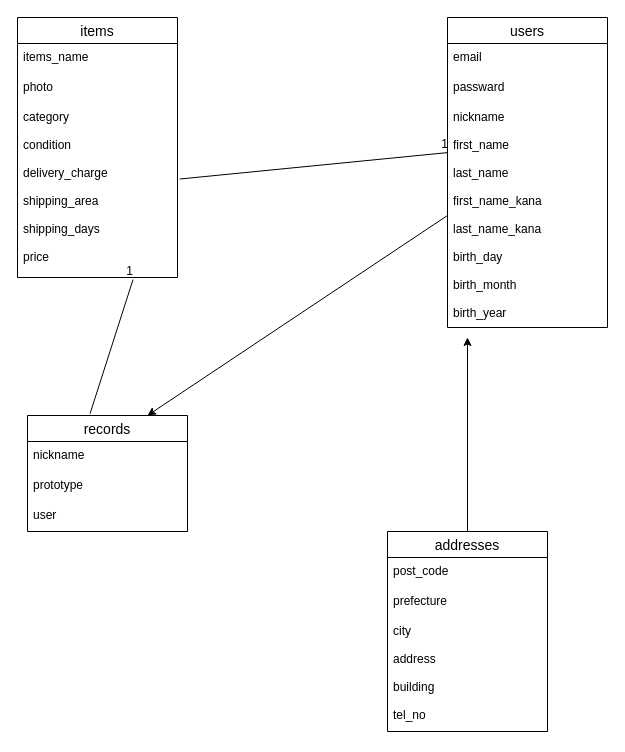
Above: REDME.dio in yasuhiro77/DB-- (draw.io), before the change. Source tidied: cells renumbered, new cells numbered last; positions are measured from the earlier drawing's top-left corner, leaving out a move shared by most shapes. Both pictures are drawn from the tidied source at 100%, with x=0, y=0 at pixel (17, 17).
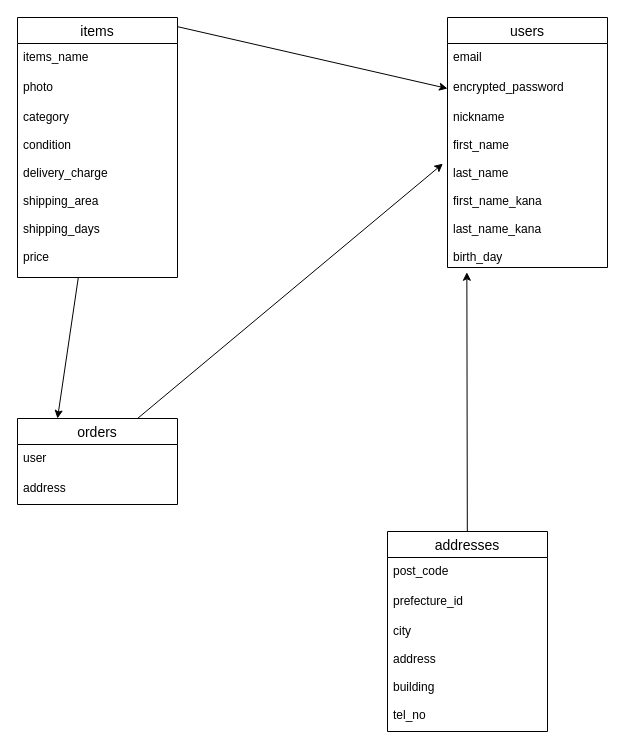
The same page after the edit.

Unchanged cells that the change refers to:
```xml
<mxCell id="6" value="items" style="swimlane;fontStyle=0;horizontal=1;startSize=26;align=center;fontSize=14;" parent="1" vertex="1">
  <mxGeometry width="160" height="260" as="geometry" />
</mxCell>
<mxCell id="9" value="category&#10;&#10;condition&#10;&#10;delivery_charge&#10;&#10;shipping_area&#10;&#10;shipping_days&#10;&#10;price&#10;&#10;" style="text;strokeColor=none;fillColor=none;spacingLeft=4;spacingRight=4;overflow=hidden;points=[[0,0.5],[1,0.5]];portConstraint=eastwest;fontSize=12;" parent="6" vertex="1">
  <mxGeometry y="86" width="160" height="174" as="geometry" />
</mxCell>
<mxCell id="10" value="addresses" style="swimlane;fontStyle=0;horizontal=1;startSize=26;align=center;fontSize=14;" parent="1" vertex="1">
  <mxGeometry x="370" y="514" width="160" height="200" as="geometry" />
</mxCell>
```

The edit, as a diff of the source:
```diff
@@
     <mxCell id="2" value="users" style="swimlane;fontStyle=0;horizontal=1;startSize=26;align=center;fontSize=14;" parent="1" vertex="1">
-      <mxGeometry x="430" width="160" height="310" as="geometry" />
+      <mxGeometry x="430" width="160" height="250" as="geometry" />
     </mxCell>
@@
-    <mxCell id="4" value="passward" style="text;strokeColor=none;fillColor=none;spacingLeft=4;spacingRight=4;overflow=hidden;points=[[0,0.5],[1,0.5]];portConstraint=eastwest;fontSize=12;" parent="2" vertex="1">
+    <mxCell id="4" value="encrypted_password" style="text;strokeColor=none;fillColor=none;spacingLeft=4;spacingRight=4;overflow=hidden;points=[[0,0.5],[1,0.5]];portConstraint=eastwest;fontSize=12;" parent="2" vertex="1">
       <mxGeometry y="56" width="160" height="30" as="geometry" />
     </mxCell>
-    <mxCell id="5" value="nickname&#10;&#10;first_name&#10;&#10;last_name&#10;&#10;first_name_kana&#10;&#10;last_name_kana&#10;&#10;birth_day&#10;&#10;birth_month&#10;&#10;birth_year&#10;&#10;" style="text;strokeColor=none;fillColor=none;spacingLeft=4;spacingRight=4;overflow=hidden;points=[[0,0.5],[1,0.5]];portConstraint=eastwest;fontSize=12;" parent="2" vertex="1">
-      <mxGeometry y="86" width="160" height="224" as="geometry" />
+    <mxCell id="5" value="nickname&#10;&#10;first_name&#10;&#10;last_name&#10;&#10;first_name_kana&#10;&#10;last_name_kana&#10;&#10;birth_day" style="text;strokeColor=none;fillColor=none;spacingLeft=4;spacingRight=4;overflow=hidden;points=[[0,0.5],[1,0.5]];portConstraint=eastwest;fontSize=12;" parent="2" vertex="1">
+      <mxGeometry y="86" width="160" height="164" as="geometry" />
     </mxCell>
+    <mxCell id="24" style="edgeStyle=none;html=1;exitX=0.75;exitY=0;exitDx=0;exitDy=0;entryX=0;entryY=0.5;entryDx=0;entryDy=0;" parent="1" edge="1" source="6" target="4">
+      <mxGeometry relative="1" as="geometry" />
+    </mxCell>
+    <mxCell id="25" style="edgeStyle=none;html=1;entryX=0.25;entryY=0;entryDx=0;entryDy=0;" parent="1" edge="1" source="6" target="14">
+      <mxGeometry relative="1" as="geometry" />
+    </mxCell>
@@
-    <mxCell id="12" value="prefecture&#10;" style="text;strokeColor=none;fillColor=none;spacingLeft=4;spacingRight=4;overflow=hidden;fontSize=12;" parent="10" vertex="1">
+    <mxCell id="12" value="prefecture_id&#10;" style="text;strokeColor=none;fillColor=none;spacingLeft=4;spacingRight=4;overflow=hidden;fontSize=12;" parent="10" vertex="1">
       <mxGeometry y="56" width="160" height="30" as="geometry" />
     </mxCell>
@@
+    <mxCell id="26" style="edgeStyle=none;html=1;exitX=0.75;exitY=0;exitDx=0;exitDy=0;entryX=-0.029;entryY=0.367;entryDx=0;entryDy=0;entryPerimeter=0;" parent="1" edge="1" source="14" target="5">
+      <mxGeometry relative="1" as="geometry" />
+    </mxCell>
-    <mxCell id="14" value="records" style="swimlane;fontStyle=0;horizontal=1;startSize=26;align=center;fontSize=14;" parent="1" vertex="1">
-      <mxGeometry x="10" y="398" width="160" height="116" as="geometry" />
+    <mxCell id="14" value="orders" style="swimlane;fontStyle=0;horizontal=1;startSize=26;align=center;fontSize=14;" parent="1" vertex="1">
+      <mxGeometry y="401" width="160" height="86" as="geometry" />
     </mxCell>
-    <mxCell id="15" value="nickname" style="text;strokeColor=none;fillColor=none;spacingLeft=4;spacingRight=4;overflow=hidden;fontSize=12;" parent="14" vertex="1">
+    <mxCell id="15" value="user" style="text;strokeColor=none;fillColor=none;spacingLeft=4;spacingRight=4;overflow=hidden;fontSize=12;" parent="14" vertex="1">
       <mxGeometry y="26" width="160" height="30" as="geometry" />
     </mxCell>
-    <mxCell id="16" value="prototype&#10;&#10;" style="text;strokeColor=none;fillColor=none;spacingLeft=4;spacingRight=4;overflow=hidden;fontSize=12;" parent="14" vertex="1">
-      <mxGeometry y="56" width="160" height="30" as="geometry" />
-    </mxCell>
-    <mxCell id="17" value="user" style="text;strokeColor=none;fillColor=none;spacingLeft=4;spacingRight=4;overflow=hidden;fontSize=12;" parent="14" vertex="1">
-      <mxGeometry y="86" width="160" height="30" as="geometry" />
+    <mxCell id="17" value="address" style="text;strokeColor=none;fillColor=none;spacingLeft=4;spacingRight=4;overflow=hidden;fontSize=12;" parent="14" vertex="1">
+      <mxGeometry y="56" width="160" height="30" as="geometry" />
     </mxCell>
-    <mxCell id="18" style="endArrow=none;html=1;rounded=0;entryX=0.722;entryY=1.012;entryDx=0;entryDy=0;entryPerimeter=0;exitX=0.391;exitY=-0.016;exitDx=0;exitDy=0;exitPerimeter=0;" parent="1" edge="1" source="14" target="9">
-      <mxGeometry relative="1" as="geometry" />
-    </mxCell>
-    <mxCell id="19" value="1" style="html=1;align=right;verticalAlign=bottom;" parent="18" vertex="1">
-      <mxGeometry x="1" relative="1" as="geometry" />
-    </mxCell>
-    <mxCell id="20" style="edgeStyle=none;html=1;exitX=0;exitY=0.5;exitDx=0;exitDy=0;entryX=0.75;entryY=0;entryDx=0;entryDy=0;" parent="1" edge="1" source="5" target="14">
-      <mxGeometry relative="1" as="geometry" />
-    </mxCell>
-    <mxCell id="21" style="endArrow=none;html=1;rounded=0;exitX=1.014;exitY=0.434;exitDx=0;exitDy=0;exitPerimeter=0;entryX=0.003;entryY=0.219;entryDx=0;entryDy=0;entryPerimeter=0;" parent="1" edge="1" source="9" target="5">
-      <mxGeometry relative="1" as="geometry" />
-    </mxCell>
-    <mxCell id="22" value="1" style="html=1;align=right;verticalAlign=bottom;" parent="21" vertex="1">
-      <mxGeometry x="1" relative="1" as="geometry" />
-    </mxCell>
-    <mxCell id="23" style="edgeStyle=none;html=1;" parent="1" edge="1" source="10">
-      <mxGeometry relative="1" as="geometry">
-        <mxPoint x="450" y="320" as="targetPoint" />
-      </mxGeometry>
+    <mxCell id="23" style="edgeStyle=none;html=1;entryX=0.121;entryY=1.029;entryDx=0;entryDy=0;entryPerimeter=0;" parent="1" edge="1" source="10" target="5">
+      <mxGeometry relative="1" as="geometry" />
     </mxCell>
```
